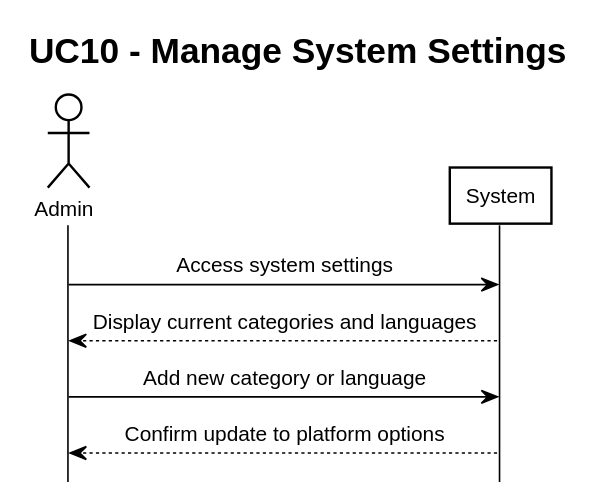
Above: out/Analysis/SSDs/UC10_ManageSystemSettings/UC10_ManageSystemSettings.svg in SEPCheesecakeFactory/SEP3 (PlantUML), before the change.
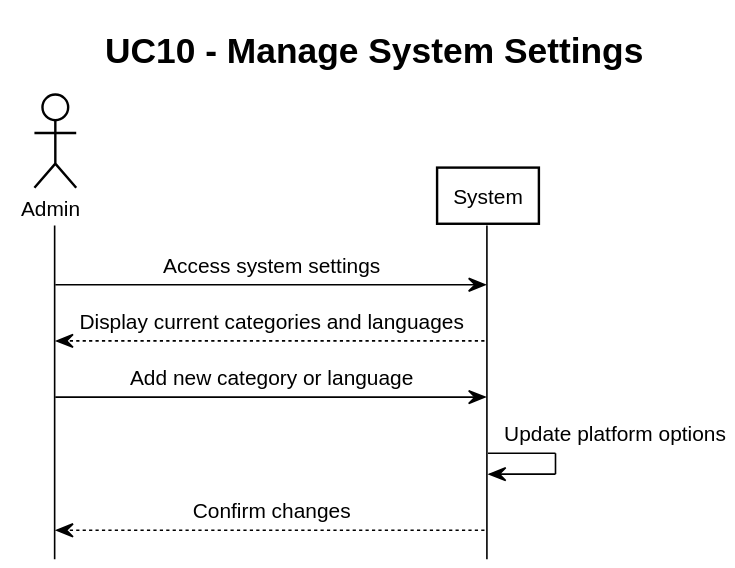
Above is the later version.

Diff of the diagram source:
```diff
@@ -8,5 +8,6 @@
 Admin -> System: Access system settings
 System --> Admin: Display current categories and languages
 Admin -> System: Add new category or language
-System --> Admin: Confirm update to platform options
+System -> System: Update platform options
+System --> Admin: Confirm changes
 @enduml
```
